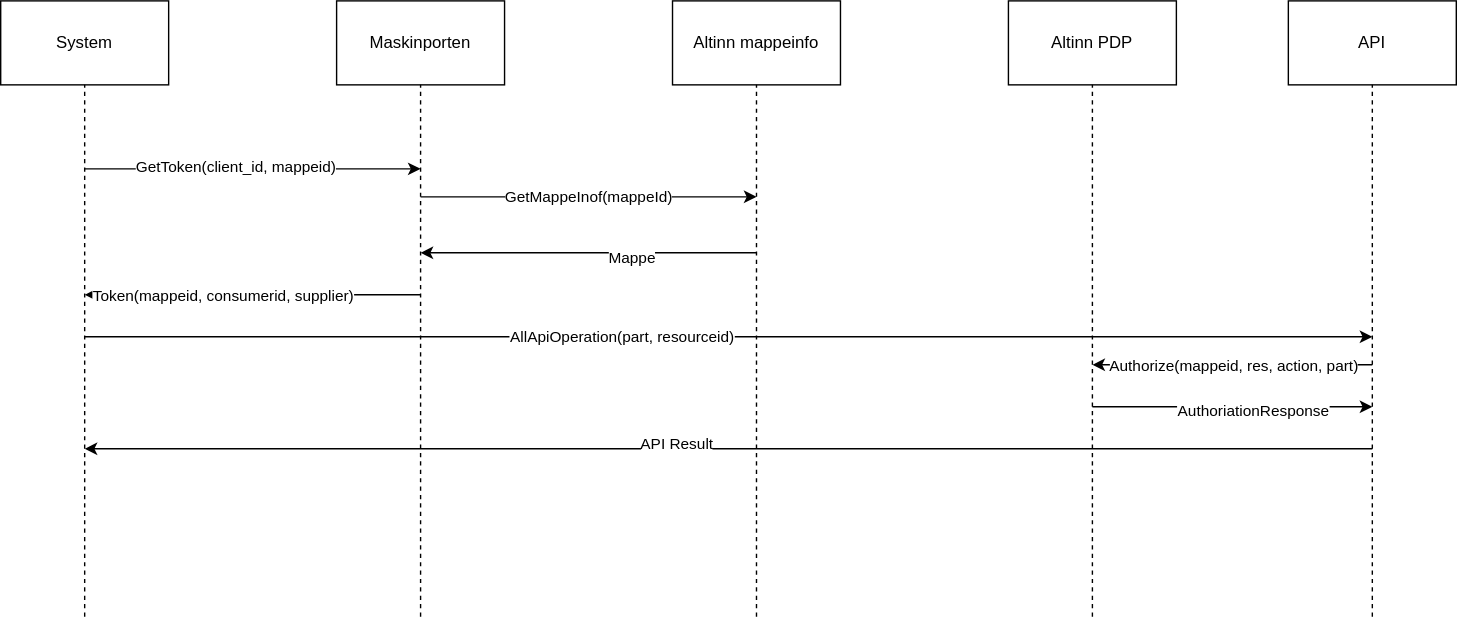
Earlier version of the draw.io export content/authentication/systemauthenticationflow.drawio.svg (Altinn/altinn-studio-docs). Source tidied: cells renumbered, new cells last; positions are measured from the earlier drawing's top-left corner, leaving out a move shared by most shapes. The source it was exported from:
```xml
<mxGraphModel>
  <root>
    <mxCell id="0" />
    <mxCell id="1" parent="0" />
    <mxCell id="2" value="System" style="rounded=0;whiteSpace=wrap;html=1;" parent="1" vertex="1">
      <mxGeometry width="120" height="60" as="geometry" />
    </mxCell>
    <mxCell id="3" value="Maskinporten" style="rounded=0;whiteSpace=wrap;html=1;" parent="1" vertex="1">
      <mxGeometry x="240" width="120" height="60" as="geometry" />
    </mxCell>
    <mxCell id="4" value="Altinn mappeinfo" style="rounded=0;whiteSpace=wrap;html=1;" parent="1" vertex="1">
      <mxGeometry x="480" width="120" height="60" as="geometry" />
    </mxCell>
    <mxCell id="5" value="API" style="rounded=0;whiteSpace=wrap;html=1;" parent="1" vertex="1">
      <mxGeometry x="920" width="120" height="60" as="geometry" />
    </mxCell>
    <mxCell id="6" value="Altinn PDP" style="rounded=0;whiteSpace=wrap;html=1;" parent="1" vertex="1">
      <mxGeometry x="720" width="120" height="60" as="geometry" />
    </mxCell>
    <mxCell id="7" style="endArrow=none;dashed=1;html=1;entryX=0.5;entryY=1;entryDx=0;entryDy=0;" parent="1" edge="1" target="2">
      <mxGeometry relative="1" as="geometry">
        <mxPoint x="60" y="440" as="sourcePoint" />
      </mxGeometry>
    </mxCell>
    <mxCell id="8" style="endArrow=classic;html=1;" parent="1" edge="1">
      <mxGeometry relative="1" as="geometry">
        <mxPoint x="60" y="120" as="sourcePoint" />
        <mxPoint x="300" y="120" as="targetPoint" />
      </mxGeometry>
    </mxCell>
    <mxCell id="9" value="GetToken(client_id, mappeid)" style="edgeLabel;html=1;align=center;verticalAlign=middle;" parent="8" vertex="1">
      <mxGeometry x="-0.11" y="2" relative="1" as="geometry" />
    </mxCell>
    <mxCell id="10" style="endArrow=none;dashed=1;html=1;entryX=0.5;entryY=1;entryDx=0;entryDy=0;" parent="1" edge="1" target="3">
      <mxGeometry relative="1" as="geometry">
        <mxPoint x="300" y="440" as="sourcePoint" />
      </mxGeometry>
    </mxCell>
    <mxCell id="11" style="endArrow=none;dashed=1;html=1;entryX=0.5;entryY=1;entryDx=0;entryDy=0;" parent="1" edge="1" target="4">
      <mxGeometry relative="1" as="geometry">
        <mxPoint x="540" y="440" as="sourcePoint" />
      </mxGeometry>
    </mxCell>
    <mxCell id="12" value="GetMappeInof(mappeId)" style="endArrow=classic;html=1;" parent="1" edge="1">
      <mxGeometry relative="1" as="geometry">
        <mxPoint x="300" y="140" as="sourcePoint" />
        <mxPoint x="540" y="140" as="targetPoint" />
      </mxGeometry>
    </mxCell>
    <mxCell id="13" style="endArrow=classic;html=1;" parent="1" edge="1">
      <mxGeometry relative="1" as="geometry">
        <mxPoint x="540" y="180" as="sourcePoint" />
        <mxPoint x="300" y="180" as="targetPoint" />
      </mxGeometry>
    </mxCell>
    <mxCell id="14" value="Mappe" style="edgeLabel;html=1;align=center;verticalAlign=middle;" parent="13" vertex="1">
      <mxGeometry x="-0.25" y="3" relative="1" as="geometry" />
    </mxCell>
    <mxCell id="15" style="endArrow=classic;html=1;" parent="1" edge="1">
      <mxGeometry relative="1" as="geometry">
        <mxPoint x="300" y="210" as="sourcePoint" />
        <mxPoint x="60" y="210" as="targetPoint" />
      </mxGeometry>
    </mxCell>
    <mxCell id="16" value="Token(mappeid, consumerid, supplier)" style="edgeLabel;html=1;align=center;verticalAlign=middle;" parent="15" vertex="1">
      <mxGeometry x="0.19" relative="1" as="geometry" />
    </mxCell>
    <mxCell id="17" style="endArrow=none;dashed=1;html=1;entryX=0.5;entryY=1;entryDx=0;entryDy=0;" parent="1" edge="1" target="6">
      <mxGeometry relative="1" as="geometry">
        <mxPoint x="780" y="440" as="sourcePoint" />
      </mxGeometry>
    </mxCell>
    <mxCell id="18" style="endArrow=classic;html=1;" parent="1" edge="1">
      <mxGeometry relative="1" as="geometry">
        <mxPoint x="60" y="240" as="sourcePoint" />
        <mxPoint x="980" y="240" as="targetPoint" />
      </mxGeometry>
    </mxCell>
    <mxCell id="19" value="AllApiOperation(part, resourceid)" style="edgeLabel;html=1;align=center;verticalAlign=middle;" parent="18" vertex="1">
      <mxGeometry x="-0.17" y="1" relative="1" as="geometry" />
    </mxCell>
    <mxCell id="20" style="endArrow=none;dashed=1;html=1;entryX=0.5;entryY=1;entryDx=0;entryDy=0;" parent="1" edge="1" target="5">
      <mxGeometry relative="1" as="geometry">
        <mxPoint x="980" y="440" as="sourcePoint" />
      </mxGeometry>
    </mxCell>
    <mxCell id="21" style="endArrow=classic;html=1;" parent="1" edge="1">
      <mxGeometry relative="1" as="geometry">
        <mxPoint x="980" y="260" as="sourcePoint" />
        <mxPoint x="780" y="260" as="targetPoint" />
      </mxGeometry>
    </mxCell>
    <mxCell id="22" value="Authorize(mappeid, res, action, part)" style="edgeLabel;html=1;align=center;verticalAlign=middle;" parent="21" vertex="1">
      <mxGeometry x="-0.2" y="3" relative="1" as="geometry">
        <mxPoint x="-20" y="-3" as="offset" />
      </mxGeometry>
    </mxCell>
    <mxCell id="23" style="endArrow=classic;html=1;" parent="1" edge="1">
      <mxGeometry relative="1" as="geometry">
        <mxPoint x="780" y="290" as="sourcePoint" />
        <mxPoint x="980" y="290" as="targetPoint" />
      </mxGeometry>
    </mxCell>
    <mxCell id="24" value="AuthoriationResponse" style="edgeLabel;html=1;align=center;verticalAlign=middle;" parent="23" vertex="1">
      <mxGeometry x="0.14" y="-2" relative="1" as="geometry" />
    </mxCell>
    <mxCell id="25" style="endArrow=classic;html=1;" parent="1" edge="1">
      <mxGeometry relative="1" as="geometry">
        <mxPoint x="980" y="320" as="sourcePoint" />
        <mxPoint x="60" y="320" as="targetPoint" />
      </mxGeometry>
    </mxCell>
    <mxCell id="26" value="API Result" style="edgeLabel;html=1;align=center;verticalAlign=middle;" parent="25" vertex="1">
      <mxGeometry x="0.08" y="-4" relative="1" as="geometry" />
    </mxCell>
  </root>
</mxGraphModel>
```
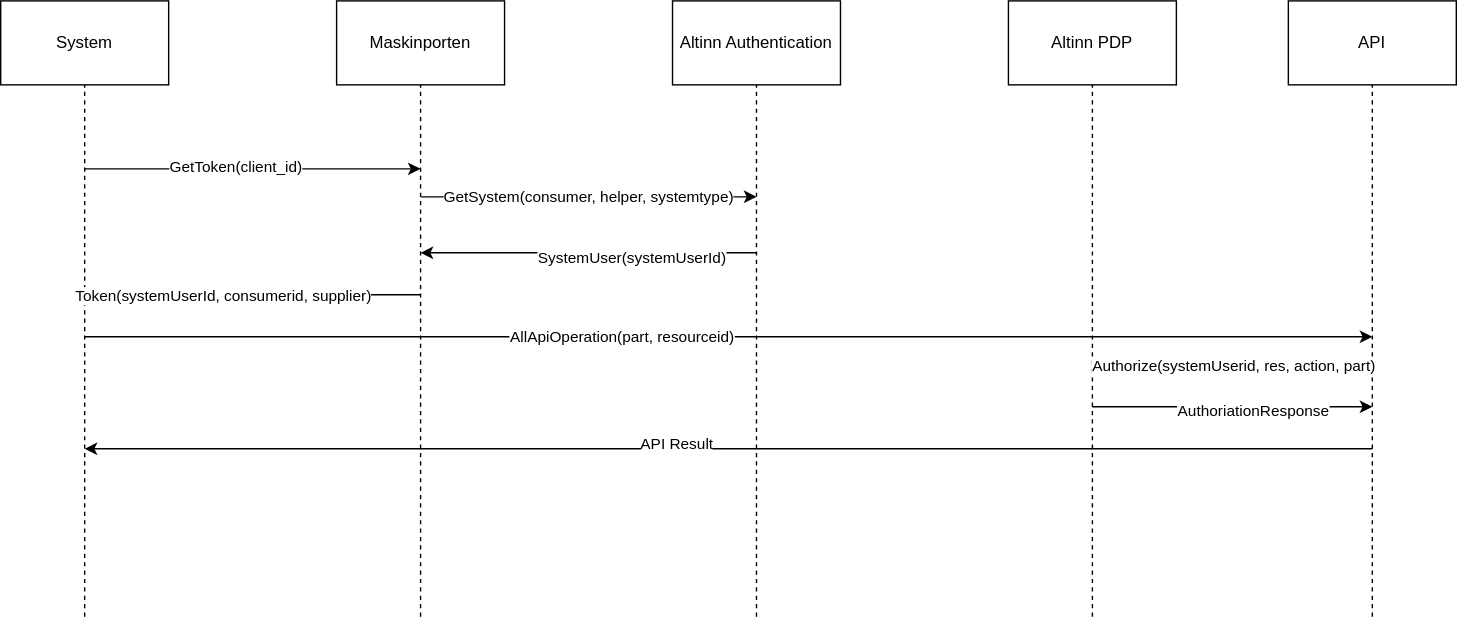
After the commit.

The edit, as a diff of the source:
```diff
@@ -8,7 +8,7 @@
     <mxCell id="3" value="Maskinporten" style="rounded=0;whiteSpace=wrap;html=1;" parent="1" vertex="1">
       <mxGeometry x="240" width="120" height="60" as="geometry" />
     </mxCell>
-    <mxCell id="4" value="Altinn mappeinfo" style="rounded=0;whiteSpace=wrap;html=1;" parent="1" vertex="1">
+    <mxCell id="4" value="Altinn Authentication" style="rounded=0;whiteSpace=wrap;html=1;" parent="1" vertex="1">
       <mxGeometry x="480" width="120" height="60" as="geometry" />
     </mxCell>
     <mxCell id="5" value="API" style="rounded=0;whiteSpace=wrap;html=1;" parent="1" vertex="1">
@@ -28,7 +28,7 @@
         <mxPoint x="300" y="120" as="targetPoint" />
       </mxGeometry>
     </mxCell>
-    <mxCell id="9" value="GetToken(client_id, mappeid)" style="edgeLabel;html=1;align=center;verticalAlign=middle;" parent="8" vertex="1">
+    <mxCell id="9" value="GetToken(client_id)" style="edgeLabel;html=1;align=center;verticalAlign=middle;" parent="8" vertex="1">
       <mxGeometry x="-0.11" y="2" relative="1" as="geometry" />
     </mxCell>
     <mxCell id="10" style="endArrow=none;dashed=1;html=1;entryX=0.5;entryY=1;entryDx=0;entryDy=0;" parent="1" edge="1" target="3">
@@ -41,7 +41,7 @@
         <mxPoint x="540" y="440" as="sourcePoint" />
       </mxGeometry>
     </mxCell>
-    <mxCell id="12" value="GetMappeInof(mappeId)" style="endArrow=classic;html=1;" parent="1" edge="1">
+    <mxCell id="12" value="GetSystem(consumer, helper, systemtype)" style="endArrow=classic;html=1;" parent="1" edge="1">
       <mxGeometry relative="1" as="geometry">
         <mxPoint x="300" y="140" as="sourcePoint" />
         <mxPoint x="540" y="140" as="targetPoint" />
@@ -53,7 +53,7 @@
         <mxPoint x="300" y="180" as="targetPoint" />
       </mxGeometry>
     </mxCell>
-    <mxCell id="14" value="Mappe" style="edgeLabel;html=1;align=center;verticalAlign=middle;" parent="13" vertex="1">
+    <mxCell id="14" value="SystemUser(systemUserId)" style="edgeLabel;html=1;align=center;verticalAlign=middle;" parent="13" vertex="1">
       <mxGeometry x="-0.25" y="3" relative="1" as="geometry" />
     </mxCell>
     <mxCell id="15" style="endArrow=classic;html=1;" parent="1" edge="1">
@@ -62,7 +62,7 @@
         <mxPoint x="60" y="210" as="targetPoint" />
       </mxGeometry>
     </mxCell>
-    <mxCell id="16" value="Token(mappeid, consumerid, supplier)" style="edgeLabel;html=1;align=center;verticalAlign=middle;" parent="15" vertex="1">
+    <mxCell id="16" value="Token(systemUserId, consumerid, supplier)" style="edgeLabel;html=1;align=center;verticalAlign=middle;" parent="15" vertex="1">
       <mxGeometry x="0.19" relative="1" as="geometry" />
     </mxCell>
     <mxCell id="17" style="endArrow=none;dashed=1;html=1;entryX=0.5;entryY=1;entryDx=0;entryDy=0;" parent="1" edge="1" target="6">
@@ -90,7 +90,7 @@
         <mxPoint x="780" y="260" as="targetPoint" />
       </mxGeometry>
     </mxCell>
-    <mxCell id="22" value="Authorize(mappeid, res, action, part)" style="edgeLabel;html=1;align=center;verticalAlign=middle;" parent="21" vertex="1">
+    <mxCell id="22" value="Authorize(systemUserid, res, action, part)" style="edgeLabel;html=1;align=center;verticalAlign=middle;" parent="21" vertex="1">
       <mxGeometry x="-0.2" y="3" relative="1" as="geometry">
         <mxPoint x="-20" y="-3" as="offset" />
       </mxGeometry>
```
